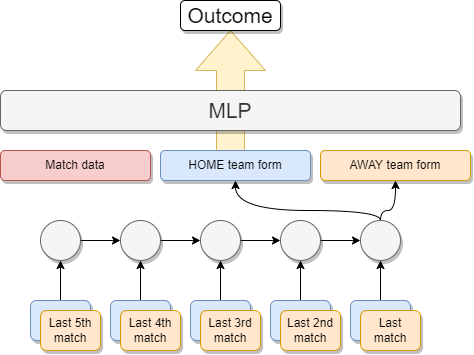
Earlier version of the draw.io export hybrid/hybrid-architecture.png (davnig/football-match-results-prediction). Source tidied: cells renumbered, new cells last; positions are measured from the earlier drawing's top-left corner, leaving out a move shared by most shapes.
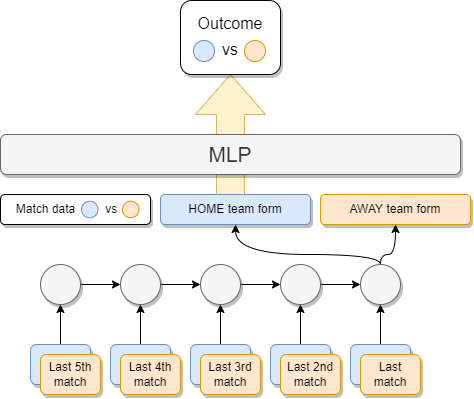
Above is the later version.

The edit, as a diff of the source:
```diff
@@ -99,14 +99,26 @@
     <mxCell id="30" value="AWAY team form" style="rounded=1;whiteSpace=wrap;html=1;fillColor=#ffe6cc;strokeColor=#d79b00;shadow=1;" parent="1" vertex="1">
       <mxGeometry x="320" y="150" width="150" height="30" as="geometry" />
     </mxCell>
-    <mxCell id="31" value="Match data" style="rounded=1;whiteSpace=wrap;html=1;fillColor=#f8cecc;strokeColor=#b85450;shadow=1;" parent="1" vertex="1">
+    <mxCell id="31" value="Match data&amp;nbsp; &amp;nbsp; &amp;nbsp; &amp;nbsp; &amp;nbsp;vs&amp;nbsp; &amp;nbsp;" style="rounded=1;whiteSpace=wrap;html=1;shadow=1;spacingLeft=-7;" parent="1" vertex="1">
       <mxGeometry y="150" width="150" height="30" as="geometry" />
     </mxCell>
     <mxCell id="32" value="MLP" style="rounded=1;whiteSpace=wrap;html=1;fontSize=21;fillColor=#f5f5f5;fontColor=#333333;strokeColor=#666666;shadow=1;" parent="1" vertex="1">
       <mxGeometry y="90" width="460" height="40" as="geometry" />
     </mxCell>
-    <mxCell id="33" value="Outcome" style="rounded=1;whiteSpace=wrap;html=1;shadow=1;fontSize=21;" parent="1" vertex="1">
-      <mxGeometry x="180" width="100" height="30" as="geometry" />
+    <mxCell id="33" value="&lt;font style=&quot;font-size: 16px;&quot;&gt;Outcome&lt;br&gt;vs&lt;br&gt;&lt;/font&gt;" style="rounded=1;whiteSpace=wrap;html=1;shadow=1;fontSize=21;spacingTop=-6;" parent="1" vertex="1">
+      <mxGeometry x="180" y="-44" width="100" height="74" as="geometry" />
     </mxCell>
+    <mxCell id="34" style="ellipse;whiteSpace=wrap;html=1;rounded=1;shadow=0;fontSize=16;fillColor=#dae8fc;strokeColor=#6c8ebf;" parent="1" vertex="1">
+      <mxGeometry x="193" y="-4" width="21" height="21" as="geometry" />
+    </mxCell>
+    <mxCell id="35" style="ellipse;whiteSpace=wrap;html=1;rounded=1;shadow=0;fontSize=16;fillColor=#ffe6cc;strokeColor=#d79b00;" parent="1" vertex="1">
+      <mxGeometry x="244" y="-4" width="21" height="21" as="geometry" />
+    </mxCell>
+    <mxCell id="36" style="ellipse;whiteSpace=wrap;html=1;rounded=1;shadow=0;fontSize=16;fillColor=#dae8fc;strokeColor=#6c8ebf;" parent="1" vertex="1">
+      <mxGeometry x="81" y="156.8" width="16.5" height="16.5" as="geometry" />
+    </mxCell>
+    <mxCell id="37" style="ellipse;whiteSpace=wrap;html=1;rounded=1;shadow=0;fontSize=16;fillColor=#ffe6cc;strokeColor=#d79b00;" parent="1" vertex="1">
+      <mxGeometry x="122" y="156.8" width="16.5" height="16.5" as="geometry" />
+    </mxCell>
   </root>
 </mxGraphModel>
```
